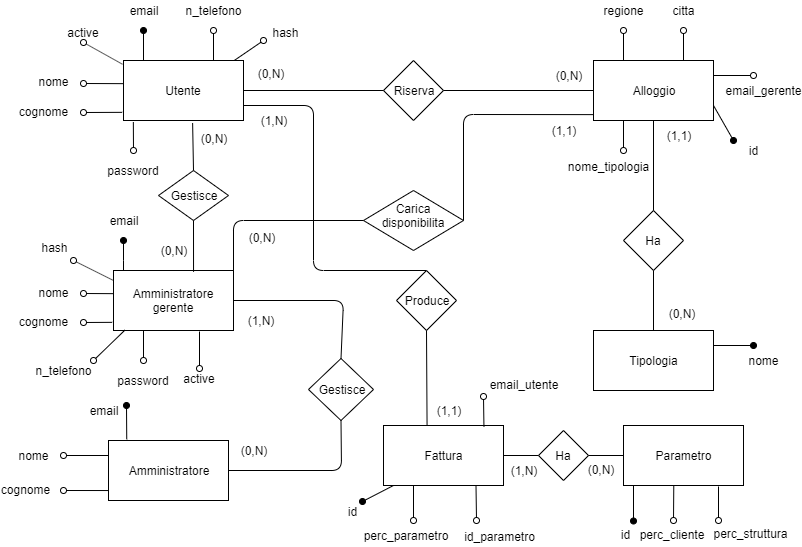
Above: Progettazione/Database.png in mattialazzaroni/Gestione-alloggi (draw.io), before the change. Source tidied: cells renumbered, new cells last; positions are measured from the earlier drawing's top-left corner, leaving out a move shared by most shapes.
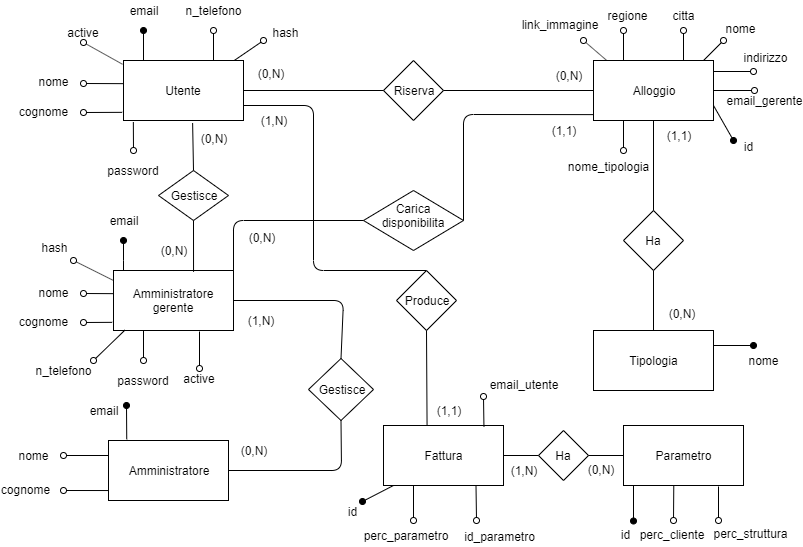
The same diagram one commit later.

What changed in the source:
```diff
@@ -66,7 +66,7 @@
       </mxGeometry>
     </mxCell>
     <mxCell id="18" value="regione" style="text;html=1;strokeColor=none;fillColor=none;align=center;verticalAlign=middle;whiteSpace=wrap;rounded=0;fontSize=12;" parent="1" vertex="1">
-      <mxGeometry x="598" width="40" height="20" as="geometry" />
+      <mxGeometry x="602" y="5" width="40" height="20" as="geometry" />
     </mxCell>
     <mxCell id="19" style="endArrow=none;html=1;fontSize=12;entryX=0.75;entryY=0;entryDx=0;entryDy=0;startArrow=oval;startFill=0;" parent="1" edge="1" target="5">
       <mxGeometry relative="1" as="geometry">
@@ -74,15 +74,13 @@
       </mxGeometry>
     </mxCell>
     <mxCell id="20" value="citta" style="text;html=1;strokeColor=none;fillColor=none;align=center;verticalAlign=middle;whiteSpace=wrap;rounded=0;fontSize=12;" parent="1" vertex="1">
-      <mxGeometry x="658" width="40" height="20" as="geometry" />
+      <mxGeometry x="658" y="5" width="40" height="20" as="geometry" />
     </mxCell>
-    <mxCell id="21" style="endArrow=none;html=1;fontSize=12;entryX=1;entryY=0.25;entryDx=0;entryDy=0;startArrow=oval;startFill=0;" parent="1" edge="1" target="5">
-      <mxGeometry relative="1" as="geometry">
-        <mxPoint x="748" y="75" as="sourcePoint" />
-      </mxGeometry>
+    <mxCell id="21" style="endArrow=none;html=1;fontSize=12;entryX=1;entryY=0.5;entryDx=0;entryDy=0;startArrow=oval;startFill=0;exitX=0.25;exitY=0;exitDx=0;exitDy=0;" parent="1" edge="1" source="22" target="5">
+      <mxGeometry relative="1" as="geometry" />
     </mxCell>
     <mxCell id="22" value="email_gerente" style="text;html=1;strokeColor=none;fillColor=none;align=center;verticalAlign=middle;whiteSpace=wrap;rounded=0;fontSize=12;" parent="1" vertex="1">
-      <mxGeometry x="738" y="80" width="40" height="20" as="geometry" />
+      <mxGeometry x="739" y="90" width="40" height="20" as="geometry" />
     </mxCell>
     <mxCell id="23" value="Ha" style="rhombus;whiteSpace=wrap;html=1;fontSize=12;" parent="1" vertex="1">
       <mxGeometry x="618" y="210" width="60" height="60" as="geometry" />
@@ -296,7 +294,7 @@
       </mxGeometry>
     </mxCell>
     <mxCell id="76" value="id" style="text;html=1;strokeColor=none;fillColor=none;align=center;verticalAlign=middle;whiteSpace=wrap;rounded=0;" parent="1" vertex="1">
-      <mxGeometry x="728" y="140" width="40" height="20" as="geometry" />
+      <mxGeometry x="723" y="136" width="40" height="20" as="geometry" />
     </mxCell>
     <mxCell id="77" value="id" style="text;html=1;strokeColor=none;fillColor=none;align=center;verticalAlign=middle;whiteSpace=wrap;rounded=0;" parent="1" vertex="1">
       <mxGeometry x="327" y="501" width="40" height="20" as="geometry" />
@@ -398,5 +396,30 @@
     <mxCell id="103" value="active" style="text;html=1;strokeColor=none;fillColor=none;align=center;verticalAlign=middle;whiteSpace=wrap;rounded=0;" parent="1" vertex="1">
       <mxGeometry x="174" y="368" width="40" height="20" as="geometry" />
     </mxCell>
+    <mxCell id="104" style="endArrow=none;html=1;fontSize=12;startArrow=oval;startFill=0;entryX=0.11;entryY=-0.001;entryDx=0;entryDy=0;entryPerimeter=0;" parent="1" edge="1" target="5">
+      <mxGeometry relative="1" as="geometry">
+        <mxPoint x="578" y="40" as="sourcePoint" />
+      </mxGeometry>
+    </mxCell>
+    <mxCell id="105" value="link_immagine" style="text;html=1;strokeColor=none;fillColor=none;align=center;verticalAlign=middle;whiteSpace=wrap;rounded=0;fontSize=12;" parent="1" vertex="1">
+      <mxGeometry x="534" y="14" width="40" height="20" as="geometry" />
+    </mxCell>
+    <mxCell id="106" style="endArrow=none;html=1;fontSize=12;entryX=0.917;entryY=0;entryDx=0;entryDy=0;startArrow=oval;startFill=0;entryPerimeter=0;" parent="1" edge="1" target="5">
+      <mxGeometry relative="1" as="geometry">
+        <mxPoint x="718" y="40" as="sourcePoint" />
+      </mxGeometry>
+    </mxCell>
+    <mxCell id="107" value="nome" style="text;html=1;strokeColor=none;fillColor=none;align=center;verticalAlign=middle;whiteSpace=wrap;rounded=0;fontSize=12;" parent="1" vertex="1">
+      <mxGeometry x="715" y="18" width="40" height="20" as="geometry" />
+    </mxCell>
+    <mxCell id="108" style="endArrow=none;html=1;fontSize=12;entryX=1;entryY=0.5;entryDx=0;entryDy=0;startArrow=oval;startFill=0;exitX=0.25;exitY=0;exitDx=0;exitDy=0;" parent="1" edge="1">
+      <mxGeometry relative="1" as="geometry">
+        <mxPoint x="748" y="71" as="sourcePoint" />
+        <mxPoint x="708" y="71" as="targetPoint" />
+      </mxGeometry>
+    </mxCell>
+    <mxCell id="109" value="indirizzo" style="text;html=1;strokeColor=none;fillColor=none;align=center;verticalAlign=middle;whiteSpace=wrap;rounded=0;fontSize=12;" parent="1" vertex="1">
+      <mxGeometry x="740" y="47" width="40" height="20" as="geometry" />
+    </mxCell>
   </root>
 </mxGraphModel>
```
